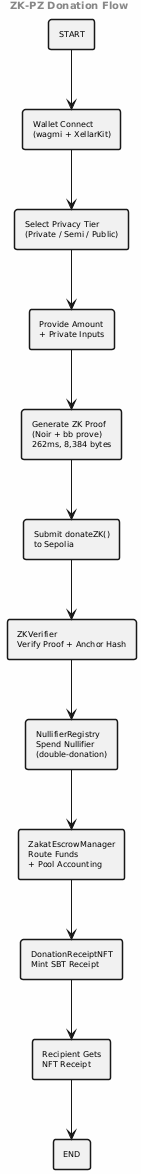
Above: docs/diagrams/usecase.png in tawf-labs/zkt-research (PlantUML), before the change. Source of this version:
```plantuml
@startuml
skinparam backgroundColor #FEFEFE
skinparam shadowing false
skinparam defaultFontName Times-Roman
skinparam defaultFontSize 8
skinparam rectangleBorderThickness 1.5

header <b>ZK-PZ Donation Flow</b>

rectangle "START" as START
rectangle "Wallet Connect\n(wagmi + XellarKit)" as WC
rectangle "Select Privacy Tier\n(Private / Semi / Public)" as TIER
rectangle "Provide Amount\n+ Private Inputs" as INPUT
rectangle "Generate ZK Proof\n(Noir + bb prove)\n262ms, 8,384 bytes" as PROOF
rectangle "Submit donateZK()\nto Sepolia" as TX
rectangle "ZKVerifier\nVerify Proof + Anchor Hash" as VERIFY
rectangle "NullifierRegistry\nSpend Nullifier\n(double-donation)" as NULL
rectangle "ZakatEscrowManager\nRoute Funds\n+ Pool Accounting" as ESCROW
rectangle "DonationReceiptNFT\nMint SBT Receipt" as MINT
rectangle "Recipient Gets\nNFT Receipt" as RECIP
rectangle "END" as END

START -down-> WC
WC -down-> TIER
TIER -down-> INPUT
INPUT -down-> PROOF
PROOF -down-> TX
TX -down-> VERIFY
VERIFY -down-> NULL
NULL -down-> ESCROW
ESCROW -down-> MINT
MINT -down-> RECIP
RECIP -down-> END

@enduml
```
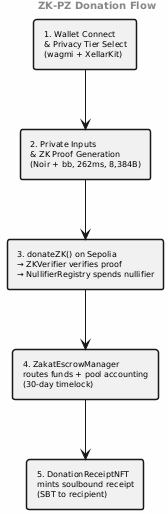
After the commit.

Commit message:
fix: compact donation flow diagram to 5 blocks

What changed in the source:
```diff
@@ -7,29 +7,15 @@
 
 header <b>ZK-PZ Donation Flow</b>
 
-rectangle "START" as START
-rectangle "Wallet Connect\n(wagmi + XellarKit)" as WC
-rectangle "Select Privacy Tier\n(Private / Semi / Public)" as TIER
-rectangle "Provide Amount\n+ Private Inputs" as INPUT
-rectangle "Generate ZK Proof\n(Noir + bb prove)\n262ms, 8,384 bytes" as PROOF
-rectangle "Submit donateZK()\nto Sepolia" as TX
-rectangle "ZKVerifier\nVerify Proof + Anchor Hash" as VERIFY
-rectangle "NullifierRegistry\nSpend Nullifier\n(double-donation)" as NULL
-rectangle "ZakatEscrowManager\nRoute Funds\n+ Pool Accounting" as ESCROW
-rectangle "DonationReceiptNFT\nMint SBT Receipt" as MINT
-rectangle "Recipient Gets\nNFT Receipt" as RECIP
-rectangle "END" as END
+rectangle "1. Wallet Connect\n& Privacy Tier Select\n(wagmi + XellarKit)" as S1
+rectangle "2. Private Inputs\n& ZK Proof Generation\n(Noir + bb, 262ms, 8,384B)" as S2
+rectangle "3. donateZK() on Sepolia\n→ ZKVerifier verifies proof\n→ NullifierRegistry spends nullifier" as S3
+rectangle "4. ZakatEscrowManager\nroutes funds + pool accounting\n(30-day timelock)" as S4
+rectangle "5. DonationReceiptNFT\nmints soulbound receipt\n(SBT to recipient)" as S5
 
-START -down-> WC
-WC -down-> TIER
-TIER -down-> INPUT
-INPUT -down-> PROOF
-PROOF -down-> TX
-TX -down-> VERIFY
-VERIFY -down-> NULL
-NULL -down-> ESCROW
-ESCROW -down-> MINT
-MINT -down-> RECIP
-RECIP -down-> END
+S1 -down-> S2
+S2 -down-> S3
+S3 -down-> S4
+S4 -down-> S5
 
 @enduml
```
